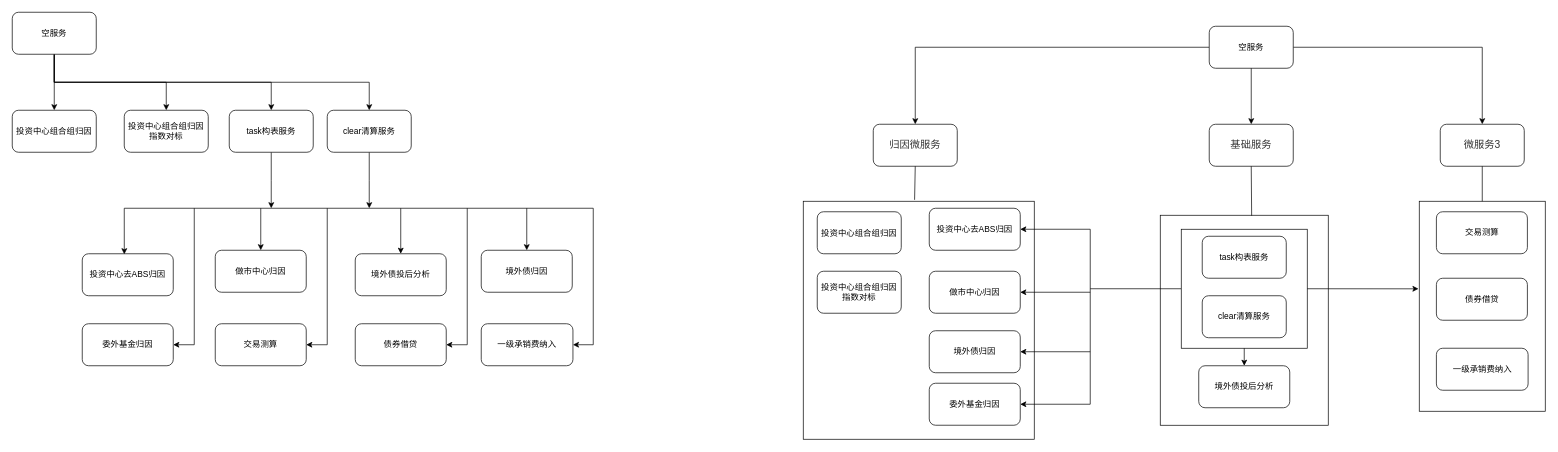
This is 微服务调用流程图.drawio from fengfengxiong123/it, a draw.io file, before an edit. Source tidied: cells renumbered, new cells numbered last; positions are measured from the earlier drawing's top-left corner, leaving out a move shared by most shapes. Both pictures are drawn from the tidied source at 70%, with x=0, y=0 at pixel (12, 12).
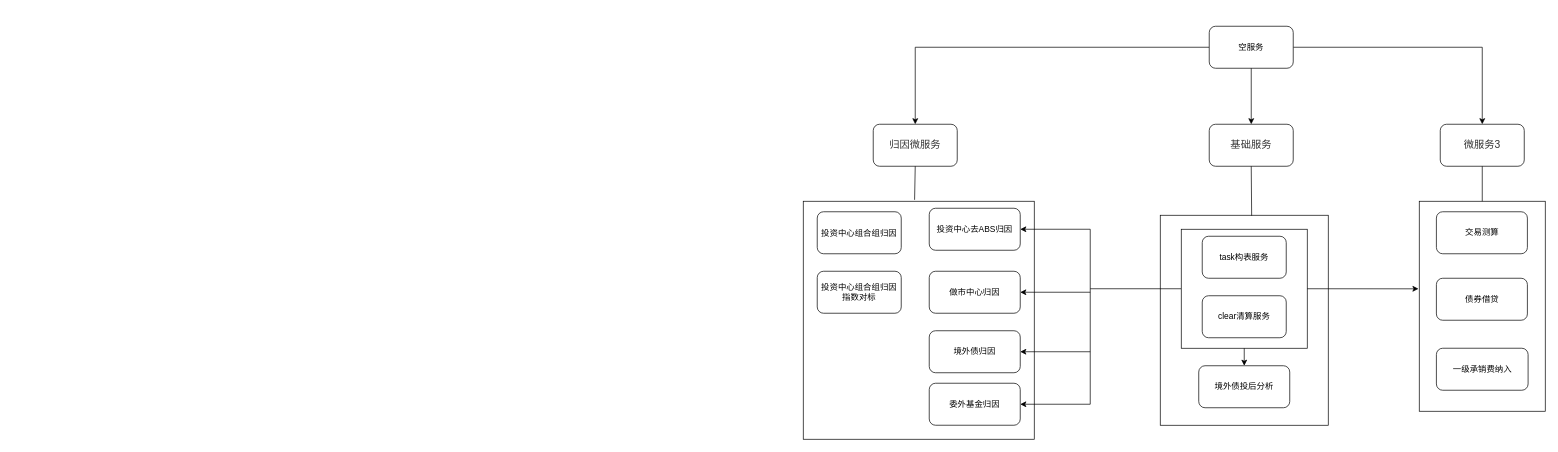
After the change.

Commit message:
更新微服务调用流程图1.drawio

The edit, as a diff of the source:
```diff
@@
-    <mxCell id="4" style="edgeStyle=orthogonalEdgeStyle;rounded=0;jettySize=auto;html=1;" parent="1" edge="1" source="8" target="9">
-      <mxGeometry relative="1" as="geometry" />
-    </mxCell>
-    <mxCell id="5" style="edgeStyle=orthogonalEdgeStyle;rounded=0;jettySize=auto;html=1;" parent="1" edge="1" source="8" target="10">
-      <mxGeometry relative="1" as="geometry">
-        <Array as="points">
-          <mxPoint x="60" y="100" />
-          <mxPoint x="220" y="100" />
-        </Array>
-      </mxGeometry>
-    </mxCell>
-    <mxCell id="6" style="edgeStyle=orthogonalEdgeStyle;rounded=0;jettySize=auto;html=1;" parent="1" edge="1" source="8" target="12">
-      <mxGeometry relative="1" as="geometry">
-        <Array as="points">
-          <mxPoint x="60" y="100" />
-          <mxPoint x="370" y="100" />
-        </Array>
-      </mxGeometry>
-    </mxCell>
-    <mxCell id="7" style="edgeStyle=orthogonalEdgeStyle;rounded=0;jettySize=auto;html=1;" parent="1" edge="1" source="8" target="14">
-      <mxGeometry relative="1" as="geometry">
-        <Array as="points">
-          <mxPoint x="60" y="100" />
-          <mxPoint x="510" y="100" />
-        </Array>
-      </mxGeometry>
-    </mxCell>
-    <mxCell id="8" value="空服务" style="rounded=1;whiteSpace=wrap;html=1;" parent="1" vertex="1">
-      <mxGeometry width="120" height="60" as="geometry" />
-    </mxCell>
-    <mxCell id="9" value="投资中心组合组归因" style="rounded=1;whiteSpace=wrap;html=1;" parent="1" vertex="1">
-      <mxGeometry y="140" width="120" height="60" as="geometry" />
-    </mxCell>
-    <mxCell id="10" value="投资中心组合组归因指数对标" style="rounded=1;whiteSpace=wrap;html=1;" parent="1" vertex="1">
-      <mxGeometry x="160" y="140" width="120" height="60" as="geometry" />
-    </mxCell>
-    <mxCell id="11" style="edgeStyle=orthogonalEdgeStyle;rounded=0;jettySize=auto;html=1;exitX=0.5;exitY=1;exitDx=0;exitDy=0;" parent="1" edge="1" source="12">
-      <mxGeometry relative="1" as="geometry">
-        <mxPoint x="370" y="280" as="targetPoint" />
-      </mxGeometry>
-    </mxCell>
-    <mxCell id="12" value="task构表服务" style="rounded=1;whiteSpace=wrap;html=1;" parent="1" vertex="1">
-      <mxGeometry x="310" y="140" width="120" height="60" as="geometry" />
-    </mxCell>
-    <mxCell id="13" style="edgeStyle=orthogonalEdgeStyle;rounded=0;jettySize=auto;html=1;exitX=0.5;exitY=1;exitDx=0;exitDy=0;" parent="1" edge="1" source="14">
-      <mxGeometry relative="1" as="geometry">
-        <mxPoint x="510" y="280" as="targetPoint" />
-      </mxGeometry>
-    </mxCell>
-    <mxCell id="14" value="clear清算服务" style="whiteSpace=wrap;html=1;rounded=1;" parent="1" vertex="1">
-      <mxGeometry x="450" y="140" width="120" height="60" as="geometry" />
-    </mxCell>
-    <mxCell id="15" value="境外债投后分析" style="rounded=1;whiteSpace=wrap;html=1;" parent="1" vertex="1">
-      <mxGeometry x="490" y="345" width="130" height="60" as="geometry" />
-    </mxCell>
-    <mxCell id="16" value="做市中心归因" style="rounded=1;whiteSpace=wrap;html=1;" parent="1" vertex="1">
-      <mxGeometry x="290" y="340" width="130" height="60" as="geometry" />
-    </mxCell>
-    <mxCell id="17" value="投资中心去ABS归因" style="rounded=1;whiteSpace=wrap;html=1;" parent="1" vertex="1">
-      <mxGeometry x="100" y="345" width="130" height="60" as="geometry" />
-    </mxCell>
-    <mxCell id="18" value="境外债归因" style="rounded=1;whiteSpace=wrap;html=1;" parent="1" vertex="1">
-      <mxGeometry x="670" y="340" width="130" height="60" as="geometry" />
-    </mxCell>
-    <mxCell id="19" value="委外基金归因" style="rounded=1;whiteSpace=wrap;html=1;" parent="1" vertex="1">
-      <mxGeometry x="100" y="445" width="130" height="60" as="geometry" />
-    </mxCell>
-    <mxCell id="20" value="交易测算" style="rounded=1;whiteSpace=wrap;html=1;" parent="1" vertex="1">
-      <mxGeometry x="290" y="445" width="130" height="60" as="geometry" />
-    </mxCell>
-    <mxCell id="21" value="债券借贷" style="rounded=1;whiteSpace=wrap;html=1;" parent="1" vertex="1">
-      <mxGeometry x="490" y="445" width="130" height="60" as="geometry" />
-    </mxCell>
-    <mxCell id="22" value="一级承销费纳入" style="rounded=1;whiteSpace=wrap;html=1;" parent="1" vertex="1">
-      <mxGeometry x="670" y="445" width="131" height="60" as="geometry" />
-    </mxCell>
-    <mxCell id="23" style="endArrow=none;html=1;rounded=0;edgeStyle=orthogonalEdgeStyle;" parent="1" edge="1">
-      <mxGeometry relative="1" as="geometry">
-        <mxPoint x="160" y="280" as="sourcePoint" />
-        <mxPoint x="830" y="280" as="targetPoint" />
-      </mxGeometry>
-    </mxCell>
-    <mxCell id="24" style="endArrow=classic;html=1;rounded=0;entryX=0.462;entryY=0.012;entryDx=0;entryDy=0;entryPerimeter=0;" parent="1" edge="1" target="17">
-      <mxGeometry relative="1" as="geometry">
-        <mxPoint x="160" y="280" as="sourcePoint" />
-      </mxGeometry>
-    </mxCell>
-    <mxCell id="25" style="endArrow=classic;html=1;rounded=0;entryX=1;entryY=0.5;entryDx=0;entryDy=0;" parent="1" edge="1" target="19">
-      <mxGeometry relative="1" as="geometry">
-        <mxPoint x="260" y="280" as="sourcePoint" />
-        <Array as="points">
-          <mxPoint x="260" y="475" />
-        </Array>
-      </mxGeometry>
-    </mxCell>
-    <mxCell id="26" style="endArrow=classic;html=1;rounded=0;" parent="1" edge="1" target="16">
-      <mxGeometry relative="1" as="geometry">
-        <mxPoint x="355" y="280" as="sourcePoint" />
-      </mxGeometry>
-    </mxCell>
-    <mxCell id="27" style="endArrow=classic;html=1;rounded=0;entryX=1;entryY=0.5;entryDx=0;entryDy=0;" parent="1" edge="1" target="20">
-      <mxGeometry relative="1" as="geometry">
-        <mxPoint x="450" y="280" as="sourcePoint" />
-        <Array as="points">
-          <mxPoint x="450" y="475" />
-        </Array>
-      </mxGeometry>
-    </mxCell>
-    <mxCell id="28" style="endArrow=classic;html=1;rounded=0;entryX=0.5;entryY=0;entryDx=0;entryDy=0;" parent="1" edge="1" target="15">
-      <mxGeometry relative="1" as="geometry">
-        <mxPoint x="555" y="280" as="sourcePoint" />
-      </mxGeometry>
-    </mxCell>
-    <mxCell id="29" style="endArrow=classic;html=1;rounded=0;entryX=1;entryY=0.5;entryDx=0;entryDy=0;" parent="1" edge="1" target="21">
-      <mxGeometry relative="1" as="geometry">
-        <mxPoint x="650" y="280" as="sourcePoint" />
-        <Array as="points">
-          <mxPoint x="650" y="475" />
-        </Array>
-      </mxGeometry>
-    </mxCell>
-    <mxCell id="30" style="endArrow=classic;html=1;rounded=0;entryX=0.5;entryY=0;entryDx=0;entryDy=0;" parent="1" edge="1" target="18">
-      <mxGeometry relative="1" as="geometry">
-        <mxPoint x="735" y="280" as="sourcePoint" />
-      </mxGeometry>
-    </mxCell>
-    <mxCell id="31" style="endArrow=classic;html=1;rounded=0;entryX=1;entryY=0.5;entryDx=0;entryDy=0;" parent="1" edge="1" target="22">
-      <mxGeometry relative="1" as="geometry">
-        <mxPoint x="830" y="280" as="sourcePoint" />
-        <Array as="points">
-          <mxPoint x="830" y="475" />
-        </Array>
-      </mxGeometry>
-    </mxCell>
```
